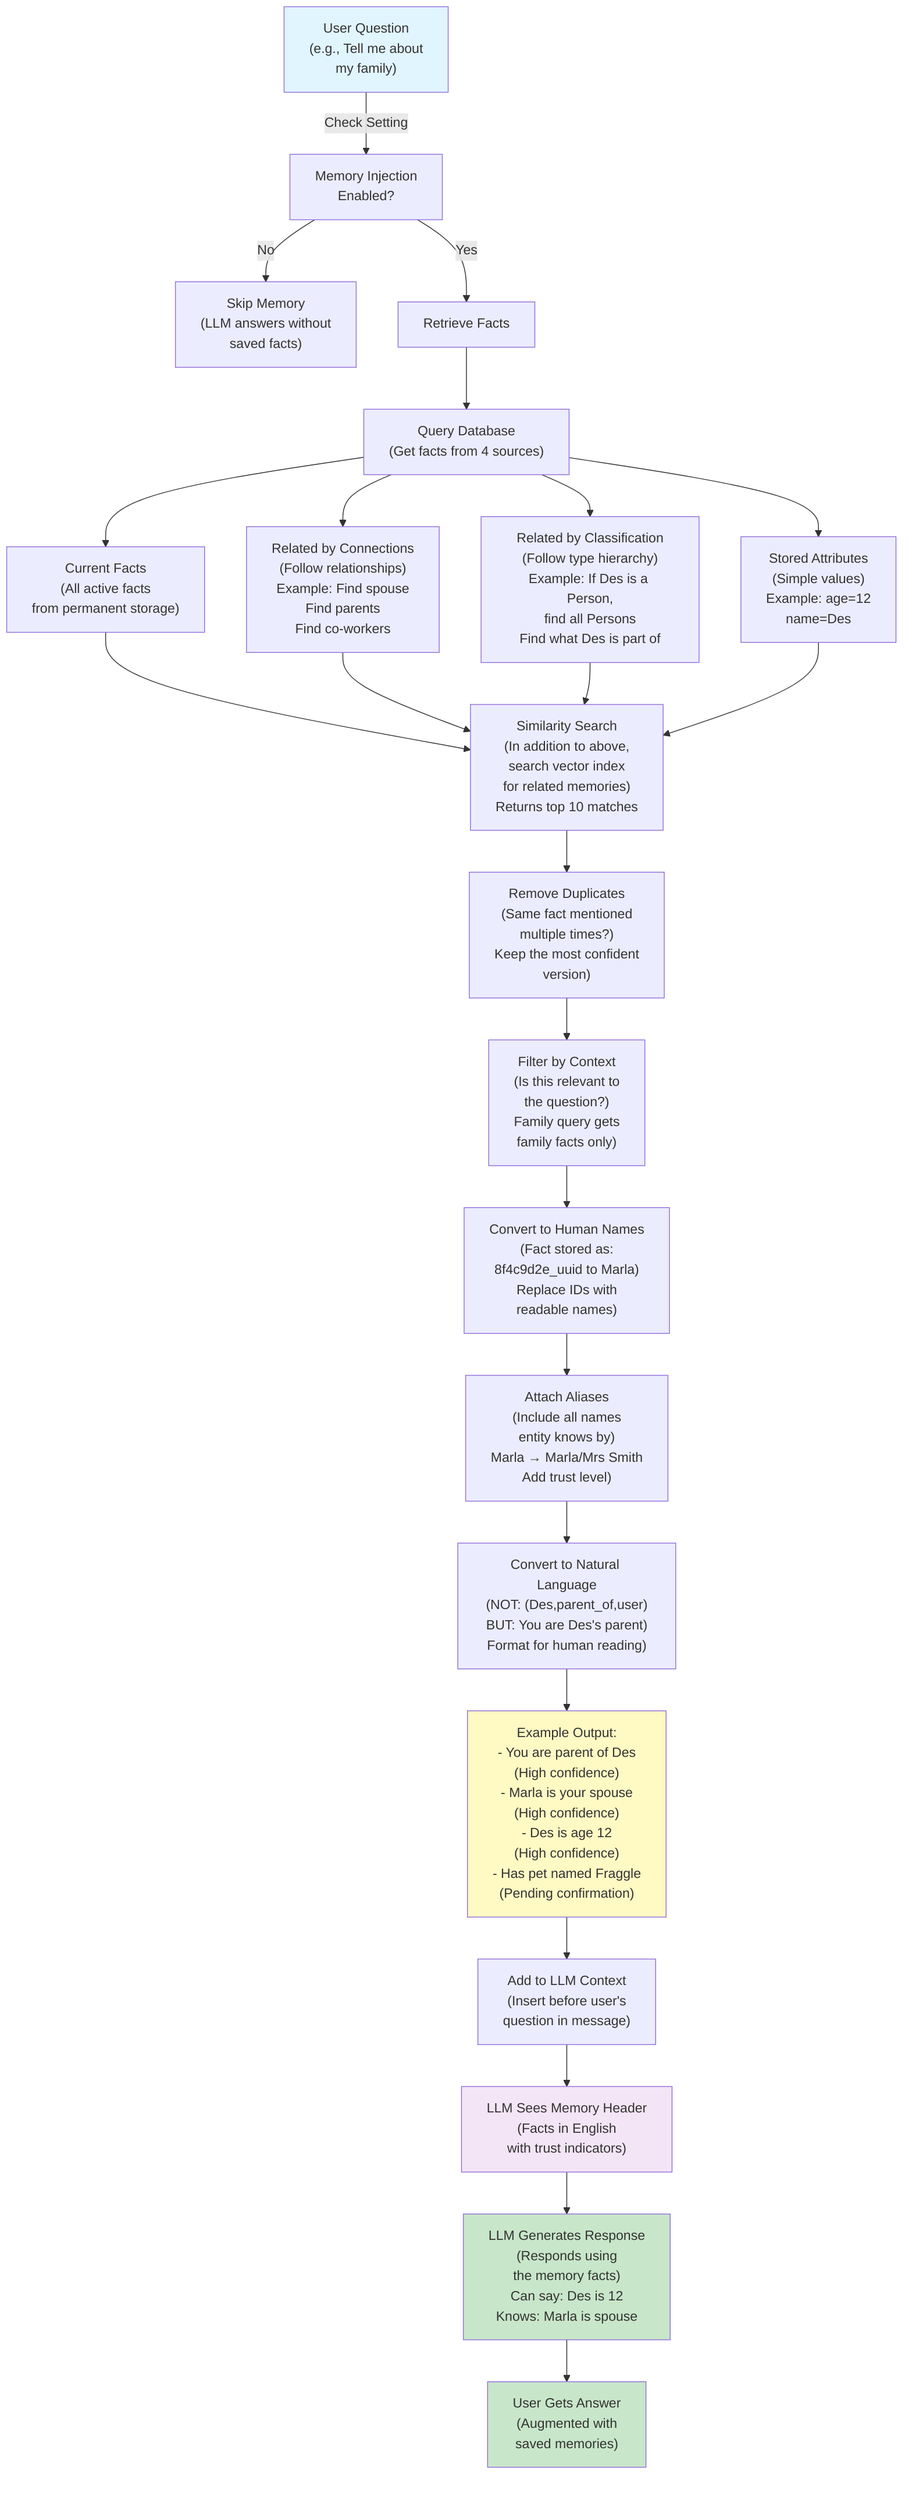
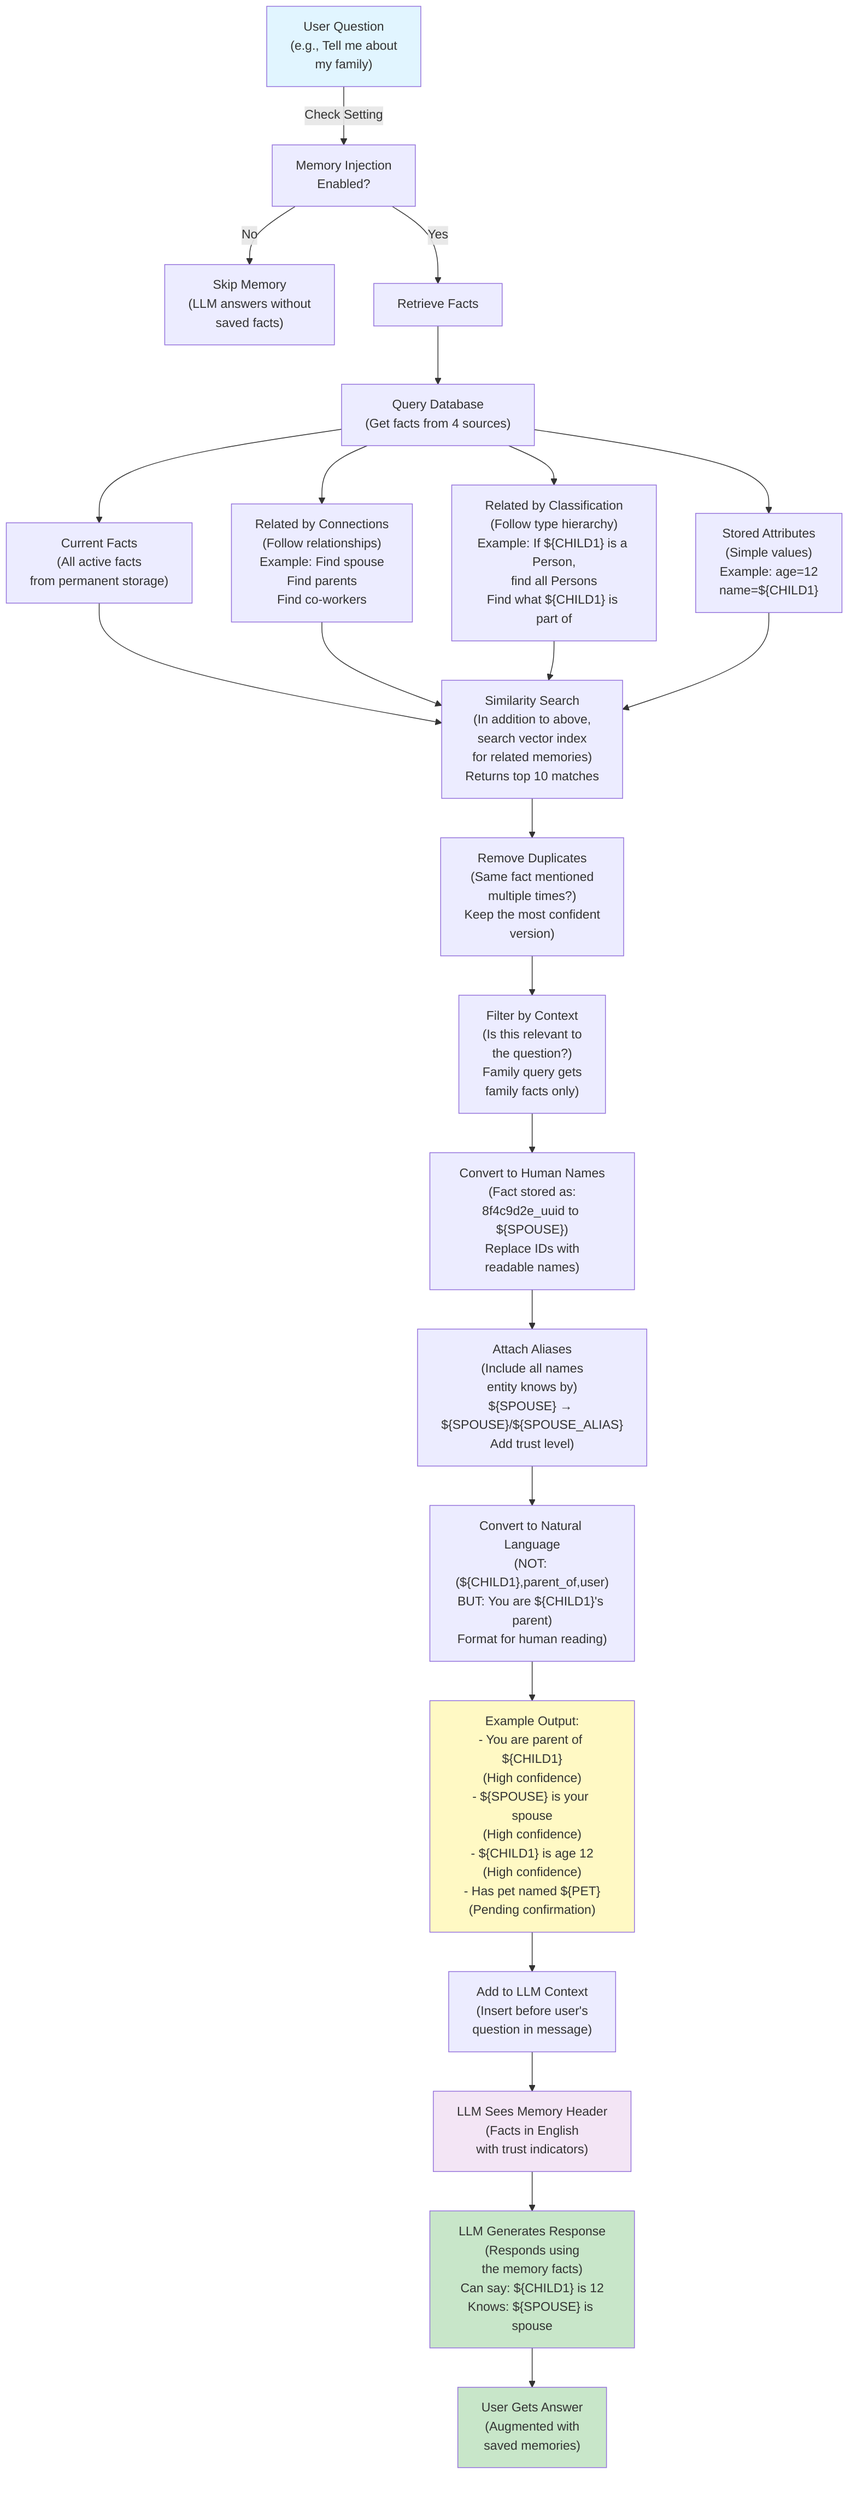
graph TD
    A["User Question<br/>(e.g., Tell me about<br/>my family)"] -->|Check Setting| B["Memory Injection<br/>Enabled?"]

    B -->|No| C["Skip Memory<br/>(LLM answers without<br/>saved facts)"]
    B -->|Yes| D["Retrieve Facts"]

    D --> E["Query Database<br/>(Get facts from 4 sources)"]

    E --> F["Current Facts<br/>(All active facts<br/>from permanent storage)"]

    E --> G["Related by Connections<br/>(Follow relationships)<br/>Example: Find spouse<br/>Find parents<br/>Find co-workers"]

-     E --> H["Related by Classification<br/>(Follow type hierarchy)<br/>Example: If Des is a Person,<br/>find all Persons<br/>Find what Des is part of"]
+     E --> H["Related by Classification<br/>(Follow type hierarchy)<br/>Example: If ${CHILD1} is a Person,<br/>find all Persons<br/>Find what ${CHILD1} is part of"]

-     E --> I["Stored Attributes<br/>(Simple values)<br/>Example: age=12<br/>name=Des"]
+     E --> I["Stored Attributes<br/>(Simple values)<br/>Example: age=12<br/>name=${CHILD1}"]

    F --> J["Similarity Search<br/>(In addition to above,<br/>search vector index<br/>for related memories)<br/>Returns top 10 matches"]
    G --> J
    H --> J
    I --> J

    J --> K["Remove Duplicates<br/>(Same fact mentioned<br/>multiple times?)<br/>Keep the most confident<br/>version)"]

    K --> L["Filter by Context<br/>(Is this relevant to<br/>the question?)<br/>Family query gets<br/>family facts only)"]

-     L --> M["Convert to Human Names<br/>(Fact stored as:<br/>8f4c9d2e_uuid to Marla)<br/>Replace IDs with<br/>readable names)"]
+     L --> M["Convert to Human Names<br/>(Fact stored as:<br/>8f4c9d2e_uuid to ${SPOUSE})<br/>Replace IDs with<br/>readable names)"]

-     M --> N["Attach Aliases<br/>(Include all names<br/>entity knows by)<br/>Marla → Marla/Mrs Smith<br/>Add trust level)"]
+     M --> N["Attach Aliases<br/>(Include all names<br/>entity knows by)<br/>${SPOUSE} → ${SPOUSE}/${SPOUSE_ALIAS}<br/>Add trust level)"]

-     N --> O["Convert to Natural Language<br/>(NOT: (Des,parent_of,user)<br/>BUT: You are Des's parent)<br/>Format for human reading)"]
+     N --> O["Convert to Natural Language<br/>(NOT: (${CHILD1},parent_of,user)<br/>BUT: You are ${CHILD1}'s parent)<br/>Format for human reading)"]

-     O --> P["Example Output:<br/>- You are parent of Des<br/>(High confidence)<br/>- Marla is your spouse<br/>(High confidence)<br/>- Des is age 12<br/>(High confidence)<br/>- Has pet named Fraggle<br/>(Pending confirmation)"]
+     O --> P["Example Output:<br/>- You are parent of ${CHILD1}<br/>(High confidence)<br/>- ${SPOUSE} is your spouse<br/>(High confidence)<br/>- ${CHILD1} is age 12<br/>(High confidence)<br/>- Has pet named ${PET}<br/>(Pending confirmation)"]

    P --> Q["Add to LLM Context<br/>(Insert before user's<br/>question in message)"]

    Q --> R["LLM Sees Memory Header<br/>(Facts in English<br/>with trust indicators)"]

-     R --> S["LLM Generates Response<br/>(Responds using<br/>the memory facts)<br/>Can say: Des is 12<br/>Knows: Marla is spouse"]
+     R --> S["LLM Generates Response<br/>(Responds using<br/>the memory facts)<br/>Can say: ${CHILD1} is 12<br/>Knows: ${SPOUSE} is spouse"]

    S --> T["User Gets Answer<br/>(Augmented with<br/>saved memories)"]

    style A fill:#e1f5ff
    style P fill:#fff9c4
    style R fill:#f3e5f5
    style S fill:#c8e6c9
    style T fill:#c8e6c9
